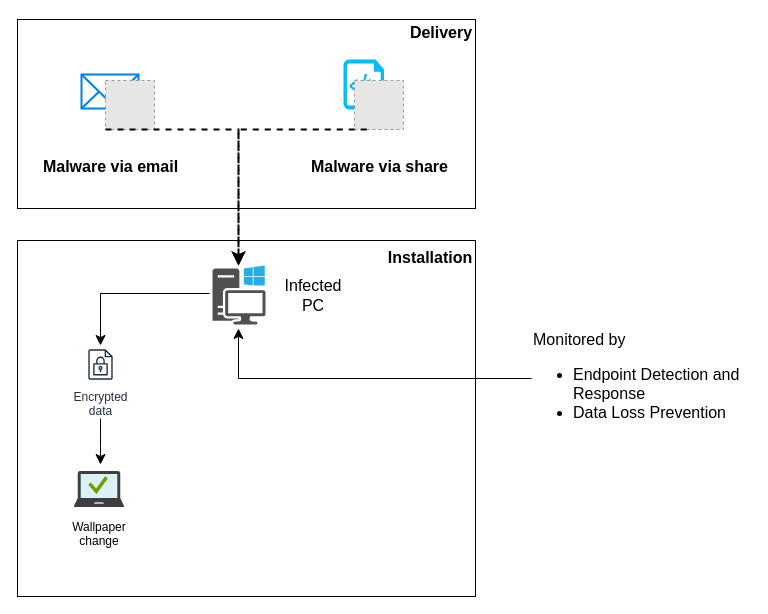
tompilooo/Scenario-Drill-Test keeps this draw.io diagram as Malicious Code Drill Scenario v1.drawio. Above is the earlier version. Source tidied: cells renumbered, new cells numbered last; positions are measured from the earlier drawing's top-left corner, leaving out a move shared by most shapes. Both pictures are drawn from the tidied source at 100%, with x=0, y=0 at pixel (17, 17). Pictures stored in the file or linked from it are replaced by grey dashed boxes.
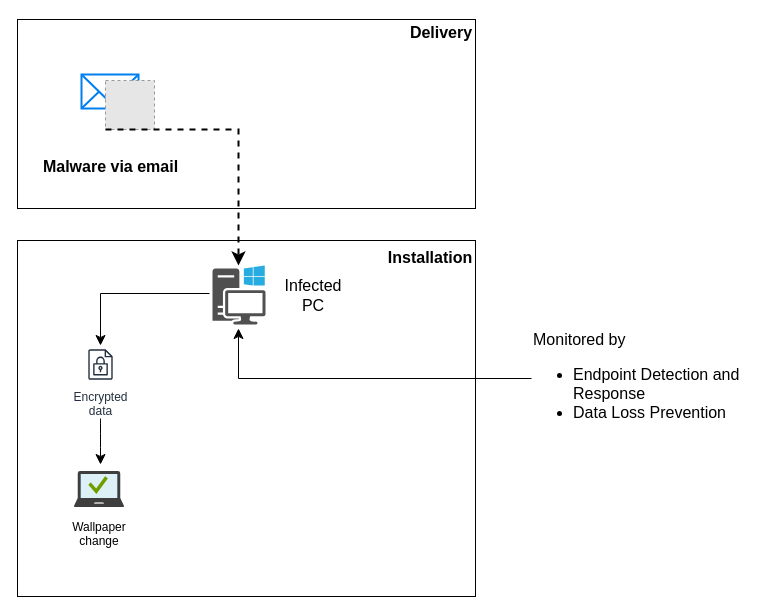
The same page after the edit.

The change refers to these unchanged cells:
```xml
<mxCell id="4" style="sketch=0;shadow=0;dashed=0;html=1;strokeColor=none;fillColor=#505050;labelPosition=center;verticalLabelPosition=bottom;verticalAlign=top;outlineConnect=0;align=center;shape=mxgraph.office.devices.workstation_pc;fontSize=16;" parent="1" vertex="1">
  <mxGeometry x="195" y="248" width="53" height="59" as="geometry" />
</mxCell>
```

Change to the diagram source:
```diff
@@
-    <mxCell id="7" style="verticalLabelPosition=bottom;html=1;verticalAlign=top;align=center;strokeColor=none;fillColor=#00BEF2;shape=mxgraph.azure.script_file;fontSize=16;" parent="1" vertex="1">
-      <mxGeometry x="326" y="42" width="40.5" height="50" as="geometry" />
-    </mxCell>
-    <mxCell id="8" style="fillColor=#E6E6E6;strokeColor=#999999;dashed=1;html=1;verticalAlign=top;verticalLabelPosition=bottom;labelBackgroundColor=#ffffff;fontSize=16;" parent="1" vertex="1">
-      <mxGeometry x="337" y="63" width="49" height="49" as="geometry" />
-    </mxCell>
@@
-    <mxCell id="10" style="edgeStyle=elbowEdgeStyle;elbow=horizontal;endArrow=classic;html=1;curved=0;rounded=0;endSize=8;startSize=8;fontSize=12;exitX=0.25;exitY=1;exitDx=0;exitDy=0;strokeWidth=2;dashed=1;" parent="1" edge="1" source="8" target="4">
-      <mxGeometry relative="1" as="geometry">
-        <Array as="points">
-          <mxPoint x="221" y="119" />
-        </Array>
-      </mxGeometry>
-    </mxCell>
-    <mxCell id="11" value="Malware via share" style="text;strokeColor=none;fillColor=none;html=1;fontSize=16;fontStyle=1;verticalAlign=middle;align=center;" parent="1" vertex="1">
-      <mxGeometry x="311.5" y="129" width="100" height="40" as="geometry" />
-    </mxCell>
```
